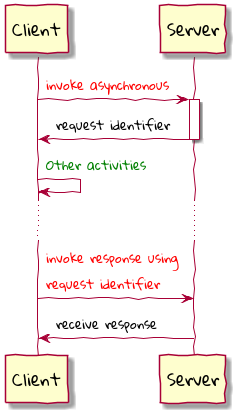
Above: images/deferred-response-invocation.png in ddd-book-java/prem-website (PlantUML), before the change. Its diagram source:
```plantuml
@startuml

skinparam handwritten true
skinparam sequence {
    ParticipantFontName "Gloria Hallelujah"
    ParticipantFontSize 17

    ActorFontSize 17
    ActorFontName "Gloria Hallelujah"
    ArrowFontName "Gloria Hallelujah"
    GroupFontName "Gloria Hallelujah"
}
participant Client as client1
participant Server as server1

client1 -> server1: <font color="red">invoke asynchronous
activate server1
server1 -> client1: request identifier
deactivate server1

client1 -> client1: <font color="green">Other activities
... ...

client1 -> server1: <font color="red">invoke response using\n<font color="red">request identifier
server1 -> client1: receive response

@enduml
```
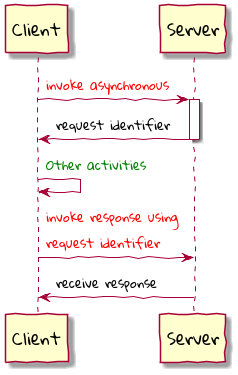
After the change.

Diff of the diagram source:
```diff
@@ -19,7 +19,6 @@
 deactivate server1
 
 client1 -> client1: <font color="green">Other activities
-... ...
 
 client1 -> server1: <font color="red">invoke response using\n<font color="red">request identifier
 server1 -> client1: receive response
```
